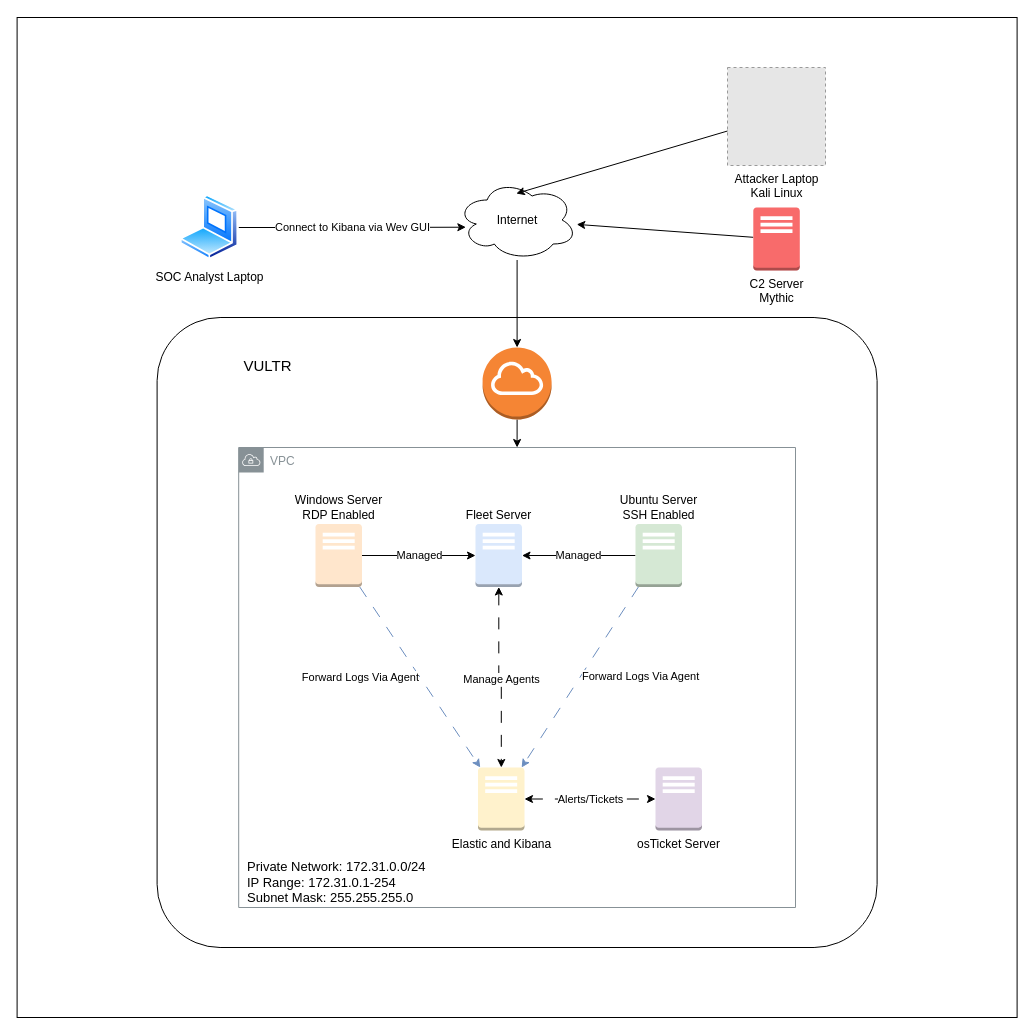
Before: 30Day_Logical_Diagram.drawio in QuixoteCantata/30_Day_Challenge, a draw.io diagram. Source tidied: cells renumbered, new cells numbered last; positions are measured from the earlier drawing's top-left corner, leaving out a move shared by most shapes. Both pictures are drawn from the tidied source at 100%, with x=0, y=0 at pixel (17, 17). Pictures stored in the file or linked from it are replaced by grey dashed boxes.
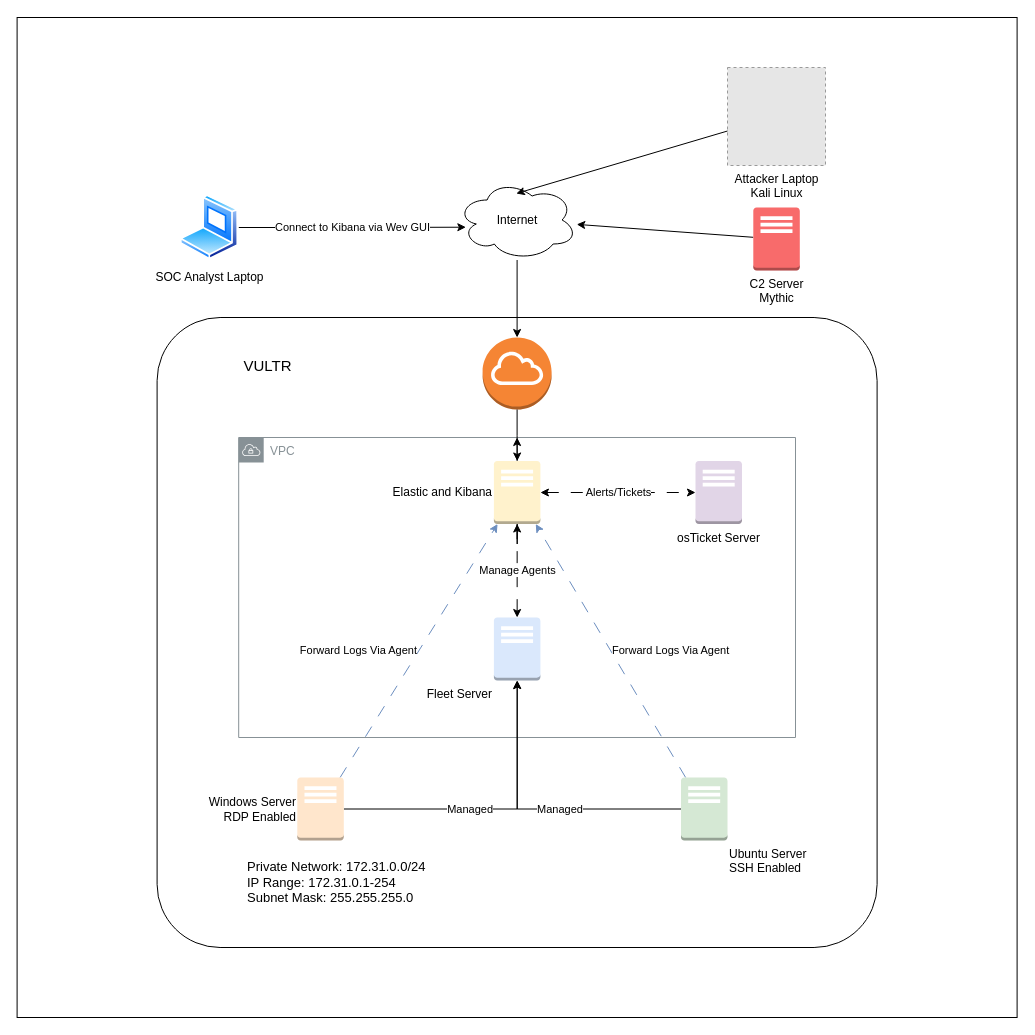
The same diagram, later.

Diff of the diagram source:
```diff
@@
     <mxCell id="4" value="VPC" style="sketch=0;outlineConnect=0;gradientColor=none;html=1;whiteSpace=wrap;fontSize=12;fontStyle=0;shape=mxgraph.aws4.group;grIcon=mxgraph.aws4.group_vpc;strokeColor=#879196;fillColor=none;verticalAlign=top;align=left;spacingLeft=30;fontColor=#879196;dashed=0;" parent="1" vertex="1">
-      <mxGeometry x="221.2" y="430" width="556.8" height="460" as="geometry" />
+      <mxGeometry x="221.2" y="420" width="556.8" height="300" as="geometry" />
     </mxCell>
@@
-    <mxCell id="6" value="Managed" style="edgeStyle=orthogonalEdgeStyle;rounded=0;jettySize=auto;html=1;" parent="1" edge="1" source="8" target="16">
+    <mxCell id="6" value="Managed" style="edgeStyle=orthogonalEdgeStyle;rounded=0;jettySize=auto;html=1;labelPosition=right;verticalLabelPosition=middle;align=left;verticalAlign=middle;" parent="1" edge="1" source="8" target="16">
       <mxGeometry relative="1" as="geometry" />
     </mxCell>
@@
-    <mxCell id="8" value="Ubuntu Server&lt;div&gt;SSH Enabled&lt;/div&gt;" style="outlineConnect=0;dashed=0;verticalLabelPosition=top;verticalAlign=bottom;align=center;html=1;shape=mxgraph.aws3.traditional_server;fillColor=#d5e8d4;strokeColor=#82b366;labelPosition=center;" parent="1" vertex="1">
-      <mxGeometry x="618" y="506.5" width="46.5" height="63" as="geometry" />
+    <mxCell id="8" value="Ubuntu Server&lt;div&gt;SSH Enabled&lt;/div&gt;" style="outlineConnect=0;dashed=0;verticalLabelPosition=bottom;verticalAlign=top;align=left;html=1;shape=mxgraph.aws3.traditional_server;fillColor=#d5e8d4;strokeColor=#82b366;labelPosition=right;" parent="1" vertex="1">
+      <mxGeometry x="663.5" y="760" width="46.5" height="63" as="geometry" />
     </mxCell>
-    <mxCell id="9" value="Elastic and Kibana" style="outlineConnect=0;dashed=0;verticalLabelPosition=bottom;verticalAlign=top;align=center;html=1;shape=mxgraph.aws3.traditional_server;fillColor=#fff2cc;strokeColor=#d6b656;" parent="1" vertex="1">
-      <mxGeometry x="460.5" y="750" width="46.5" height="63" as="geometry" />
-    </mxCell>
-    <mxCell id="10" value="Managed" style="edgeStyle=orthogonalEdgeStyle;rounded=0;jettySize=auto;html=1;" parent="1" edge="1" source="12" target="16">
+    <mxCell id="10" value="Managed" style="edgeStyle=orthogonalEdgeStyle;rounded=0;jettySize=auto;html=1;labelPosition=left;verticalLabelPosition=middle;align=right;verticalAlign=middle;" parent="1" edge="1" source="12" target="16">
       <mxGeometry relative="1" as="geometry" />
     </mxCell>
@@
-    <mxCell id="12" value="Windows Server&lt;div&gt;RDP Enabled&lt;/div&gt;" style="outlineConnect=0;dashed=0;verticalLabelPosition=top;verticalAlign=bottom;align=center;html=1;shape=mxgraph.aws3.traditional_server;fillColor=#ffe6cc;strokeColor=#d79b00;labelPosition=center;" parent="1" vertex="1">
-      <mxGeometry x="298" y="506.5" width="46.5" height="63" as="geometry" />
+    <mxCell id="12" value="Windows Server&lt;div&gt;RDP Enabled&lt;/div&gt;" style="outlineConnect=0;dashed=0;verticalLabelPosition=middle;verticalAlign=middle;align=right;html=1;shape=mxgraph.aws3.traditional_server;fillColor=#ffe6cc;strokeColor=#d79b00;labelPosition=left;" parent="1" vertex="1">
+      <mxGeometry x="279.8" y="760" width="46.5" height="63" as="geometry" />
     </mxCell>
     <mxCell id="13" value="osTicket Server" style="outlineConnect=0;dashed=0;verticalLabelPosition=bottom;verticalAlign=top;align=center;html=1;shape=mxgraph.aws3.traditional_server;fillColor=#e1d5e7;strokeColor=#9673a6;" parent="1" vertex="1">
-      <mxGeometry x="638" y="750" width="46.5" height="63" as="geometry" />
+      <mxGeometry x="678" y="443.5" width="46.5" height="63" as="geometry" />
     </mxCell>
@@
-    <mxCell id="16" value="Fleet Server" style="outlineConnect=0;dashed=0;verticalLabelPosition=top;verticalAlign=bottom;align=center;html=1;shape=mxgraph.aws3.traditional_server;fillColor=#dae8fc;strokeColor=#6c8ebf;labelPosition=center;" parent="1" vertex="1">
-      <mxGeometry x="458" y="506.5" width="46.5" height="63" as="geometry" />
+    <mxCell id="16" value="Fleet Server" style="outlineConnect=0;dashed=0;verticalLabelPosition=bottom;verticalAlign=top;align=right;html=1;shape=mxgraph.aws3.traditional_server;fillColor=#dae8fc;strokeColor=#6c8ebf;labelPosition=left;" parent="1" vertex="1">
+      <mxGeometry x="476.4" y="600" width="46.5" height="63" as="geometry" />
     </mxCell>
@@
-    <mxCell id="21" style="edgeStyle=orthogonalEdgeStyle;rounded=0;jettySize=auto;html=1;" parent="1" edge="1" source="22" target="4">
+    <mxCell id="21" style="edgeStyle=orthogonalEdgeStyle;rounded=0;jettySize=auto;html=1;" parent="1" edge="1" source="9" target="4">
       <mxGeometry relative="1" as="geometry" />
     </mxCell>
     <mxCell id="22" style="outlineConnect=0;dashed=0;verticalLabelPosition=bottom;verticalAlign=top;align=center;html=1;shape=mxgraph.aws3.internet_gateway;fillColor=#F58534;gradientColor=none;" parent="1" vertex="1">
-      <mxGeometry x="465.1" y="330" width="69" height="72" as="geometry" />
+      <mxGeometry x="465.1" y="320" width="69" height="72" as="geometry" />
     </mxCell>
@@
+    <mxCell id="29" style="edgeStyle=orthogonalEdgeStyle;rounded=0;jettySize=auto;html=1;" parent="1" edge="1" source="22" target="9">
+      <mxGeometry relative="1" as="geometry" />
+    </mxCell>
+    <mxCell id="9" value="Elastic and Kibana" style="outlineConnect=0;dashed=0;verticalLabelPosition=middle;verticalAlign=middle;align=right;html=1;shape=mxgraph.aws3.traditional_server;fillColor=#fff2cc;strokeColor=#d6b656;labelPosition=left;" parent="1" vertex="1">
+      <mxGeometry x="476.4" y="443.5" width="46.5" height="63" as="geometry" />
+    </mxCell>
```
